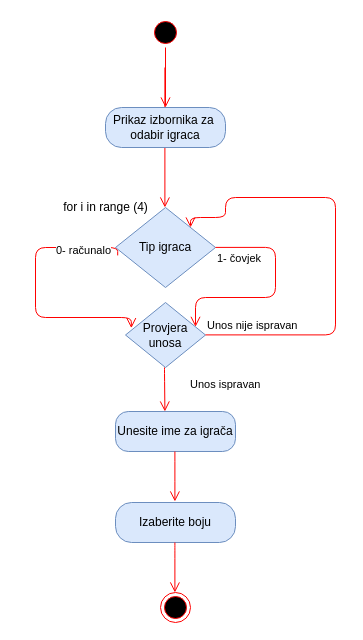
Above: page "Activity: Tip igrača" (4 of 6) of dijagram.drawio in andjelapehar/Covjece-ne-ljuti-se (draw.io), before the change. Source tidied: cells renumbered, new cells numbered last; positions are measured from the earlier drawing's top-left corner, leaving out a move shared by most shapes. Both pictures are drawn from the tidied source at 100%, with x=0, y=0 at pixel (35, 17).
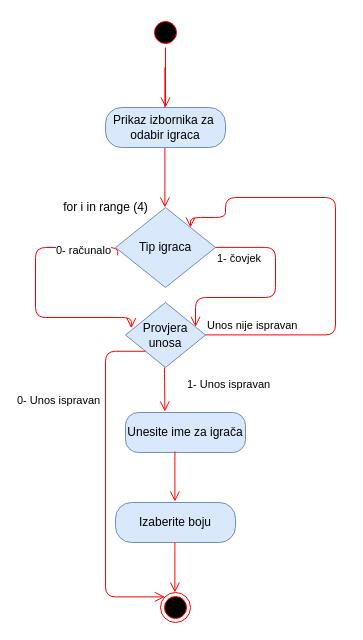
Above is the later version.

The change refers to these unchanged cells:
```xml
<mxCell id="5" style="ellipse;html=1;shape=endState;fillColor=#000000;strokeColor=#ff0000;" parent="1" vertex="1">
  <mxGeometry x="125" y="575" width="30" height="30" as="geometry" />
</mxCell>
<mxCell id="14" value="Provjera unosa" style="rhombus;whiteSpace=wrap;html=1;fillColor=#dae8fc;strokeColor=#6c8ebf;" parent="1" vertex="1">
  <mxGeometry x="90" y="285" width="80" height="65" as="geometry" />
</mxCell>
```

Diff of the diagram source:
```diff
@@
     <mxCell id="11" value="Unesite ime za igrača" style="rounded=1;whiteSpace=wrap;html=1;arcSize=32;fillColor=#dae8fc;strokeColor=#6c8ebf;" parent="1" vertex="1">
-      <mxGeometry x="80" y="394" width="120" height="40" as="geometry" />
+      <mxGeometry x="90" y="395" width="120" height="40" as="geometry" />
     </mxCell>
@@
-    <mxCell id="16" value="&amp;nbsp;Unos ispravan" style="edgeStyle=orthogonalEdgeStyle;html=1;align=left;verticalAlign=top;endArrow=open;endSize=8;strokeColor=#ff0000;entryX=0.5;entryY=0;entryDx=0;entryDy=0;" parent="1" edge="1">
+    <mxCell id="16" value="1- Unos ispravan" style="edgeStyle=orthogonalEdgeStyle;html=1;align=left;verticalAlign=top;endArrow=open;endSize=8;strokeColor=#ff0000;entryX=0.5;entryY=0;entryDx=0;entryDy=0;" parent="1" edge="1">
       <mxGeometry x="-0.81" y="21" relative="1" as="geometry">
         <mxPoint x="129" y="350" as="sourcePoint" />
         <mxPoint x="129.4" y="394" as="targetPoint" />
         <Array as="points">
           <mxPoint x="129.4" y="354" />
           <mxPoint x="129.4" y="354" />
         </Array>
       </mxGeometry>
     </mxCell>
@@
+    <mxCell id="19" value="0- Unos ispravan" style="edgeStyle=orthogonalEdgeStyle;html=1;align=left;verticalAlign=top;endArrow=open;endSize=8;strokeColor=#ff0000;exitX=0;exitY=1;exitDx=0;exitDy=0;entryX=0;entryY=0;entryDx=0;entryDy=0;" parent="1" edge="1" source="14" target="5">
+      <mxGeometry x="-0.56" y="-90" relative="1" as="geometry">
+        <Array as="points">
+          <mxPoint x="70" y="334" />
+          <mxPoint x="70" y="579" />
+        </Array>
+      </mxGeometry>
+    </mxCell>
```
